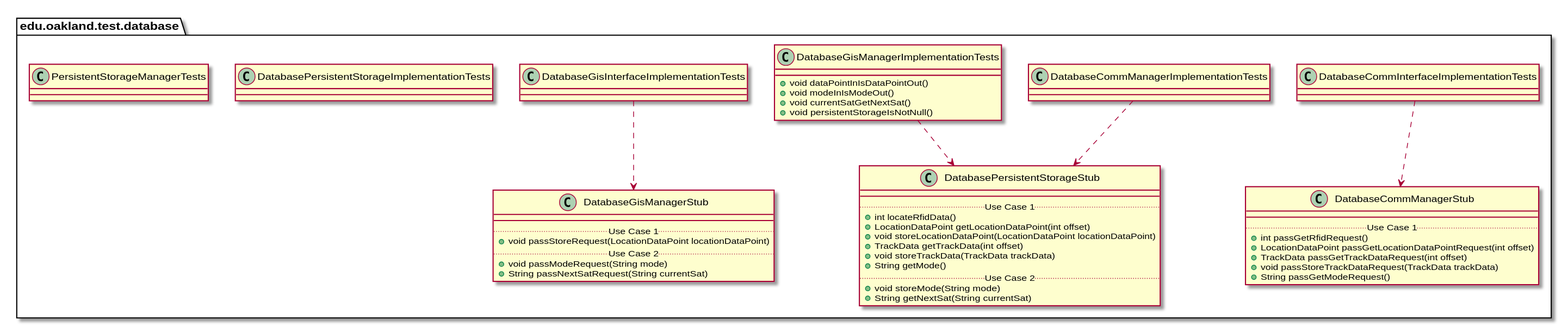
The PlantUML diagram docs/uml-class-diagrams/database/test/DatabaseTestPackage_InternalDependencies.svg in elilley15/csi-3370-software-project, before a commit.
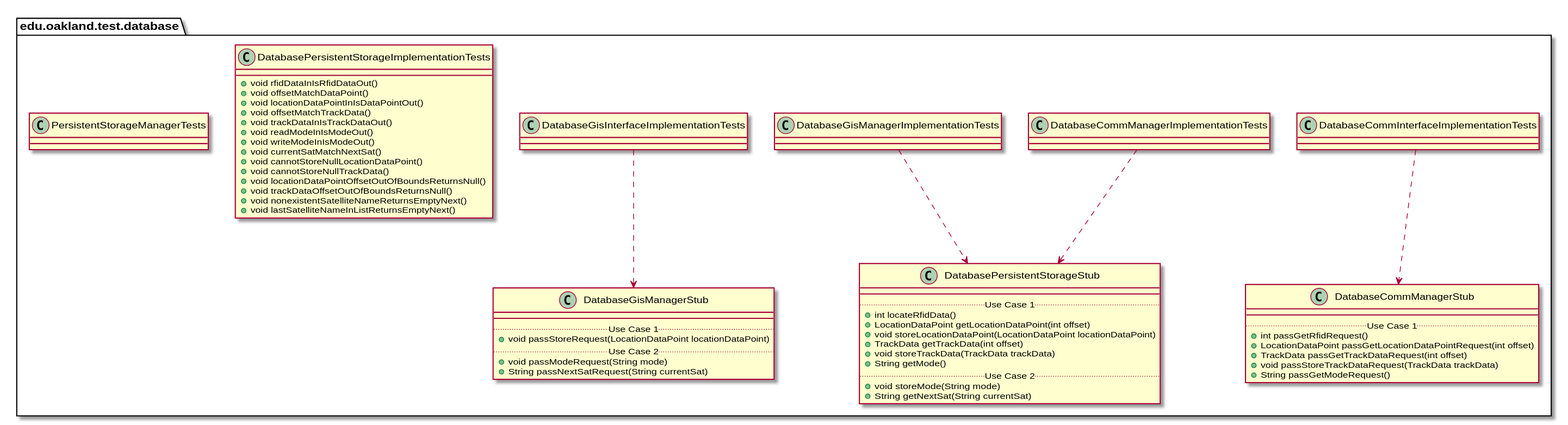
Later version of the same file.

Diff of the diagram source:
```diff
@@ -76,10 +76,7 @@
 
 package edu.oakland.test.database {
     class DatabaseGisManagerImplementationTests {
-        + void dataPointInIsDataPointOut()
-        + void modeInIsModeOut()
-        + void currentSatGetNextSat()
-        + void persistentStorageIsNotNull()
+
     }
 }
 
@@ -88,7 +85,20 @@
 
 package edu.oakland.test.database {
     class DatabasePersistentStorageImplementationTests {
-
+        + void rfidDataInIsRfidDataOut()
+        + void offsetMatchDataPoint()
+        + void locationDataPointInIsDataPointOut()
+        + void offsetMatchTrackData()
+        + void trackDataInIsTrackDataOut()
+        + void readModeInIsModeOut()
+        + void writeModeInIsModeOut()
+        + void currentSatMatchNextSat()
+        + void cannotStoreNullLocationDataPoint()
+        + void cannotStoreNullTrackData()
+        + void locationDataPointOffsetOutOfBoundsReturnsNull()
+        + void trackDataOffsetOutOfBoundsReturnsNull()
+        + void nonexistentSatelliteNameReturnsEmptyNext()
+        + void lastSatelliteNameInListReturnsEmptyNext()
     }
 }
 
```
